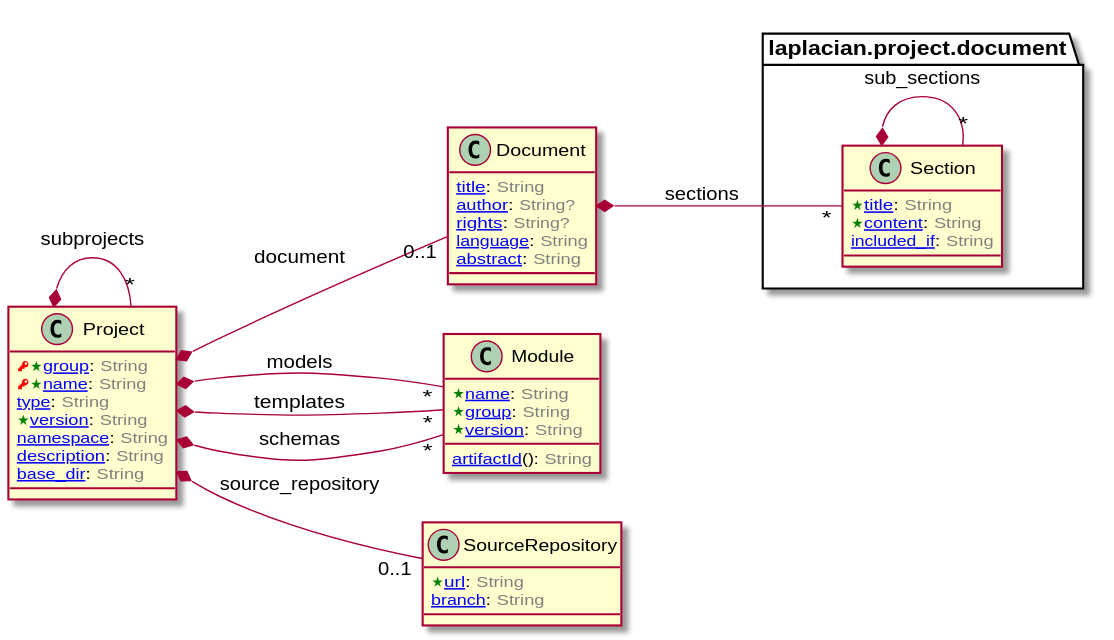
laplacian-core/project.domain-model keeps this PlantUML diagram as doc/image/model-diagram.svg. Above is the earlier version.
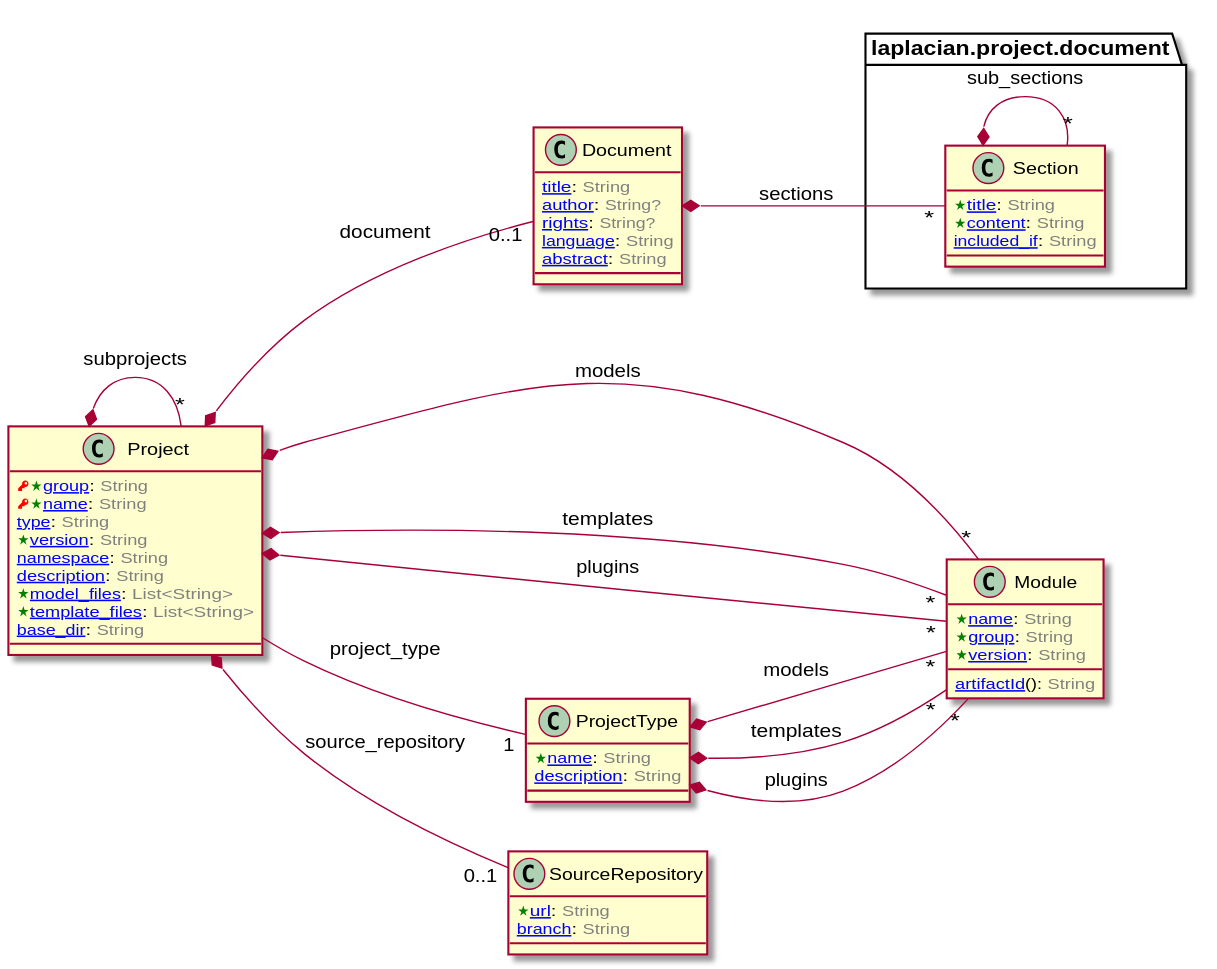
After the change.

Commit message:
add project_type entity

Change to the diagram source:
```diff
@@ -58,8 +58,17 @@
   <color:Green><&star></color>[[/blob/master/doc/entities/Project.md#version-string version]]: <color:GRAY>String</color>
   [[/blob/master/doc/entities/Project.md#namespace-string namespace]]: <color:GRAY>String</color>
   [[/blob/master/doc/entities/Project.md#description-string description]]: <color:GRAY>String</color>
+  <color:Green><&star></color>[[/blob/master/doc/entities/Project.md#model_files-listString model_files]]: <color:GRAY>List<String></color>
+  <color:Green><&star></color>[[/blob/master/doc/entities/Project.md#template_files-listString template_files]]: <color:GRAY>List<String></color>
   [[/blob/master/doc/entities/Project.md#base_dir-string base_dir]]: <color:GRAY>String</color>
 }
+
+
+
+
+
+
+Project -- "1" ProjectType : project_type
 
 
 
@@ -101,7 +110,36 @@
 
 
 
-Project *-- "*" Module : schemas
+Project *-- "*" Module : plugins
+
+
+
+
+class ProjectType [[/blob/master/doc/entities/ProjectType.md]] {
+  <color:Green><&star></color>[[/blob/master/doc/entities/ProjectType.md#name-string name]]: <color:GRAY>String</color>
+  [[/blob/master/doc/entities/ProjectType.md#description-string description]]: <color:GRAY>String</color>
+}
+
+
+
+
+
+
+ProjectType *-- "*" Module : models
+
+
+
+
+
+
+ProjectType *-- "*" Module : templates
+
+
+
+
+
+
+ProjectType *-- "*" Module : plugins
 
 
 
```
